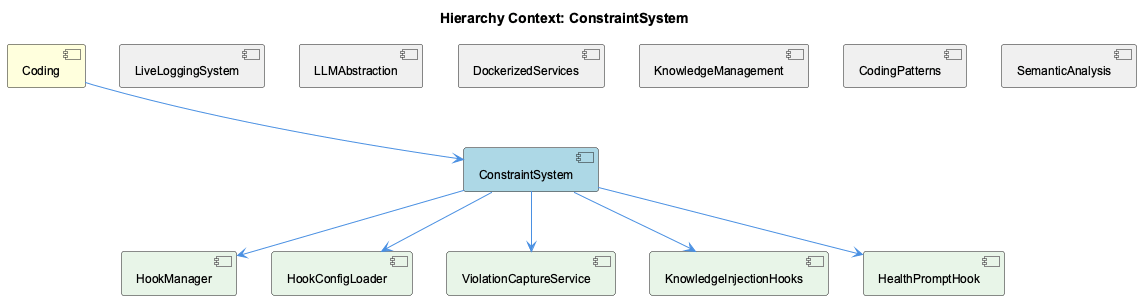
Earlier version of the PlantUML export knowledge-management/insights/images/constraint-system-relationship.png (fwornle/coding).
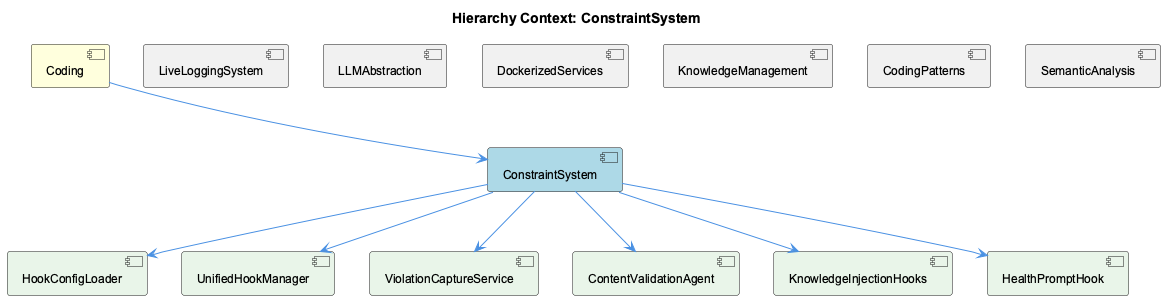
After the change.

Diff of the diagram source:
```diff
@@ -11,9 +11,10 @@
 [KnowledgeManagement] as knowledge_management #F0F0F0
 [CodingPatterns] as coding_patterns #F0F0F0
 [SemanticAnalysis] as semantic_analysis #F0F0F0
-[HookManager] as hook_manager #E8F5E8
 [HookConfigLoader] as hook_config_loader #E8F5E8
+[UnifiedHookManager] as unified_hook_manager #E8F5E8
 [ViolationCaptureService] as violation_capture_service #E8F5E8
+[ContentValidationAgent] as content_validation_agent #E8F5E8
 [KnowledgeInjectionHooks] as knowledge_injection_hooks #E8F5E8
 [HealthPromptHook] as health_prompt_hook #E8F5E8
 
@@ -24,9 +25,10 @@
 knowledge_management -[hidden]- constraint_system
 coding_patterns -[hidden]- constraint_system
 semantic_analysis -[hidden]- constraint_system
-constraint_system --> hook_manager
 constraint_system --> hook_config_loader
+constraint_system --> unified_hook_manager
 constraint_system --> violation_capture_service
+constraint_system --> content_validation_agent
 constraint_system --> knowledge_injection_hooks
 constraint_system --> health_prompt_hook
 
```
